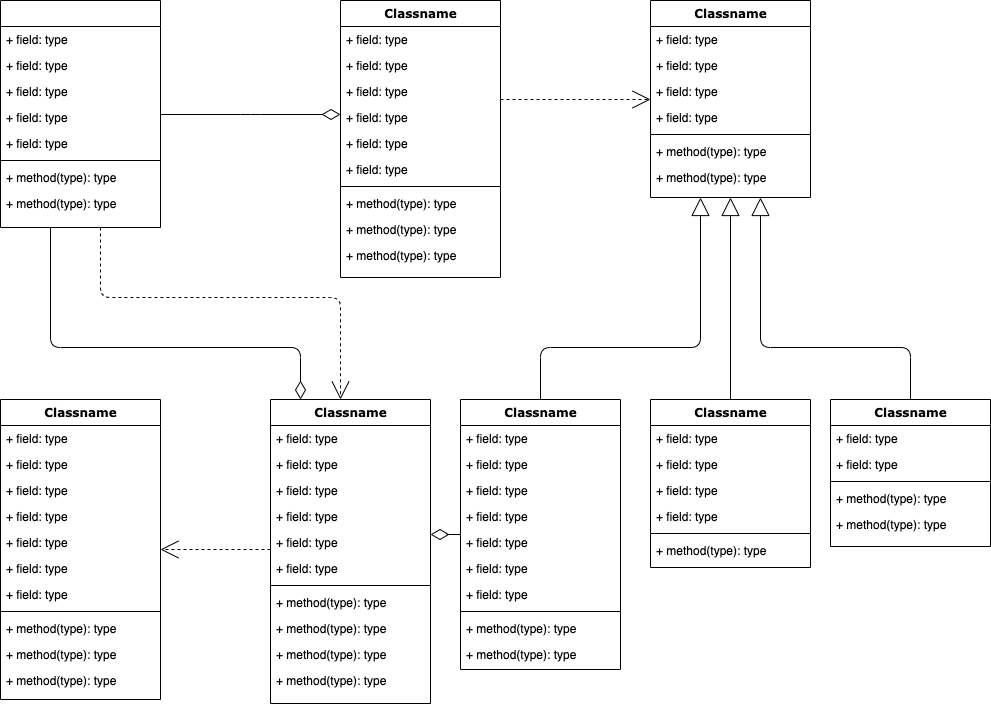
Earlier version of the draw.io export database.drawio.png (tgm-labs/assets). Source tidied: cells renumbered, new cells last; positions are measured from the earlier drawing's top-left corner, leaving out a move shared by most shapes.
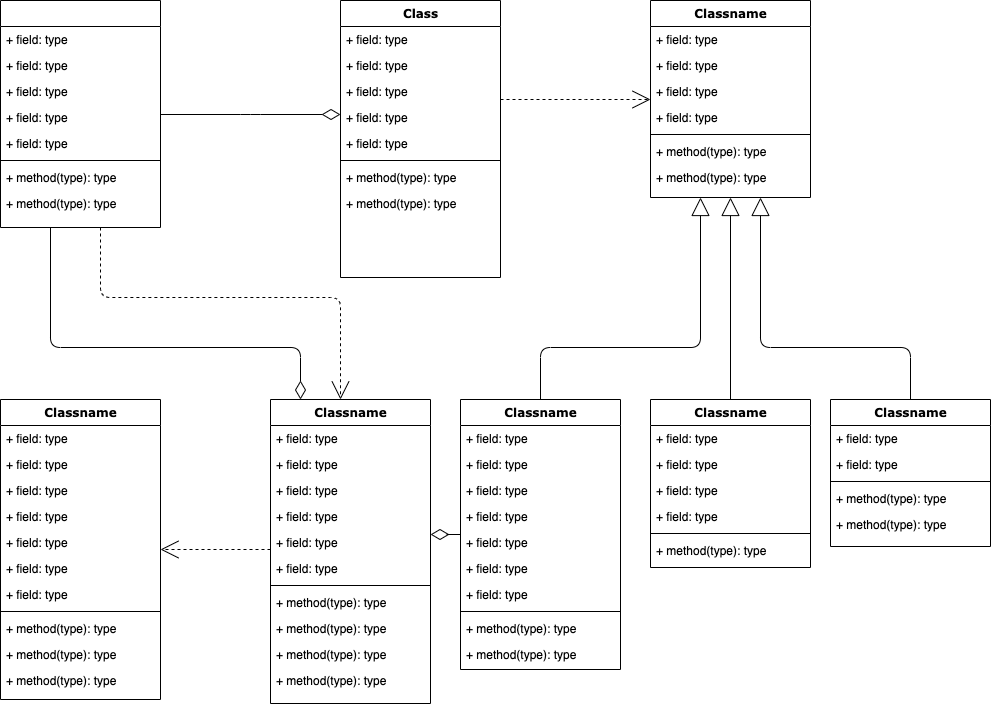
The same diagram one commit later.

Change to the diagram source:
```diff
@@ -48,7 +48,7 @@
     <mxCell id="13" style="edgeStyle=elbowEdgeStyle;html=1;labelBackgroundColor=none;startFill=0;startSize=8;endArrow=open;endFill=0;endSize=16;fontFamily=Verdana;fontSize=12;elbow=vertical;dashed=1;" parent="1" edge="1" source="14" target="25">
       <mxGeometry relative="1" as="geometry" />
     </mxCell>
-    <mxCell id="14" value="Classname" style="swimlane;html=1;fontStyle=1;align=center;verticalAlign=top;horizontal=1;startSize=26;swimlaneFillColor=#ffffff;rounded=0;shadow=0;comic=0;labelBackgroundColor=none;strokeWidth=1;fillColor=none;fontFamily=Verdana;fontSize=12;" parent="1" vertex="1">
+    <mxCell id="14" value="Class" style="swimlane;html=1;fontStyle=1;align=center;verticalAlign=top;horizontal=1;startSize=26;swimlaneFillColor=#ffffff;rounded=0;shadow=0;comic=0;labelBackgroundColor=none;strokeWidth=1;fillColor=none;fontFamily=Verdana;fontSize=12;" parent="1" vertex="1">
       <mxGeometry x="340" width="160" height="277" as="geometry" />
     </mxCell>
     <mxCell id="15" value="+ field: type" style="text;html=1;strokeColor=none;fillColor=none;align=left;verticalAlign=top;spacingLeft=4;spacingRight=4;whiteSpace=wrap;overflow=hidden;" parent="14" vertex="1">
@@ -66,20 +66,14 @@
     <mxCell id="19" value="+ field: type" style="text;html=1;strokeColor=none;fillColor=none;align=left;verticalAlign=top;spacingLeft=4;spacingRight=4;whiteSpace=wrap;overflow=hidden;" parent="14" vertex="1">
       <mxGeometry y="130" width="160" height="26" as="geometry" />
     </mxCell>
-    <mxCell id="20" value="+ field: type" style="text;html=1;strokeColor=none;fillColor=none;align=left;verticalAlign=top;spacingLeft=4;spacingRight=4;whiteSpace=wrap;overflow=hidden;" parent="14" vertex="1">
-      <mxGeometry y="156" width="160" height="26" as="geometry" />
-    </mxCell>
     <mxCell id="21" style="line;html=1;strokeWidth=1;fillColor=none;align=left;verticalAlign=middle;spacingTop=-1;spacingLeft=3;spacingRight=3;labelPosition=right;" parent="14" vertex="1">
-      <mxGeometry y="182" width="160" height="8" as="geometry" />
+      <mxGeometry y="156" width="160" height="8" as="geometry" />
     </mxCell>
-    <mxCell id="22" value="+ method(type): type" style="text;html=1;strokeColor=none;fillColor=none;align=left;verticalAlign=top;spacingLeft=4;spacingRight=4;whiteSpace=wrap;overflow=hidden;" parent="14" vertex="1">
-      <mxGeometry y="190" width="160" height="26" as="geometry" />
-    </mxCell>
     <mxCell id="23" value="+ method(type): type" style="text;html=1;strokeColor=none;fillColor=none;align=left;verticalAlign=top;spacingLeft=4;spacingRight=4;whiteSpace=wrap;overflow=hidden;" parent="14" vertex="1">
-      <mxGeometry y="216" width="160" height="26" as="geometry" />
+      <mxGeometry y="164" width="160" height="26" as="geometry" />
     </mxCell>
     <mxCell id="24" value="+ method(type): type" style="text;html=1;strokeColor=none;fillColor=none;align=left;verticalAlign=top;spacingLeft=4;spacingRight=4;whiteSpace=wrap;overflow=hidden;" parent="14" vertex="1">
-      <mxGeometry y="242" width="160" height="26" as="geometry" />
+      <mxGeometry y="190" width="160" height="26" as="geometry" />
     </mxCell>
     <mxCell id="25" value="Classname" style="swimlane;html=1;fontStyle=1;align=center;verticalAlign=top;horizontal=1;startSize=26;swimlaneFillColor=#ffffff;rounded=0;shadow=0;comic=0;labelBackgroundColor=none;strokeWidth=1;fillColor=none;fontFamily=Verdana;fontSize=12;" parent="1" vertex="1">
       <mxGeometry x="650" width="160" height="197" as="geometry" />
```
